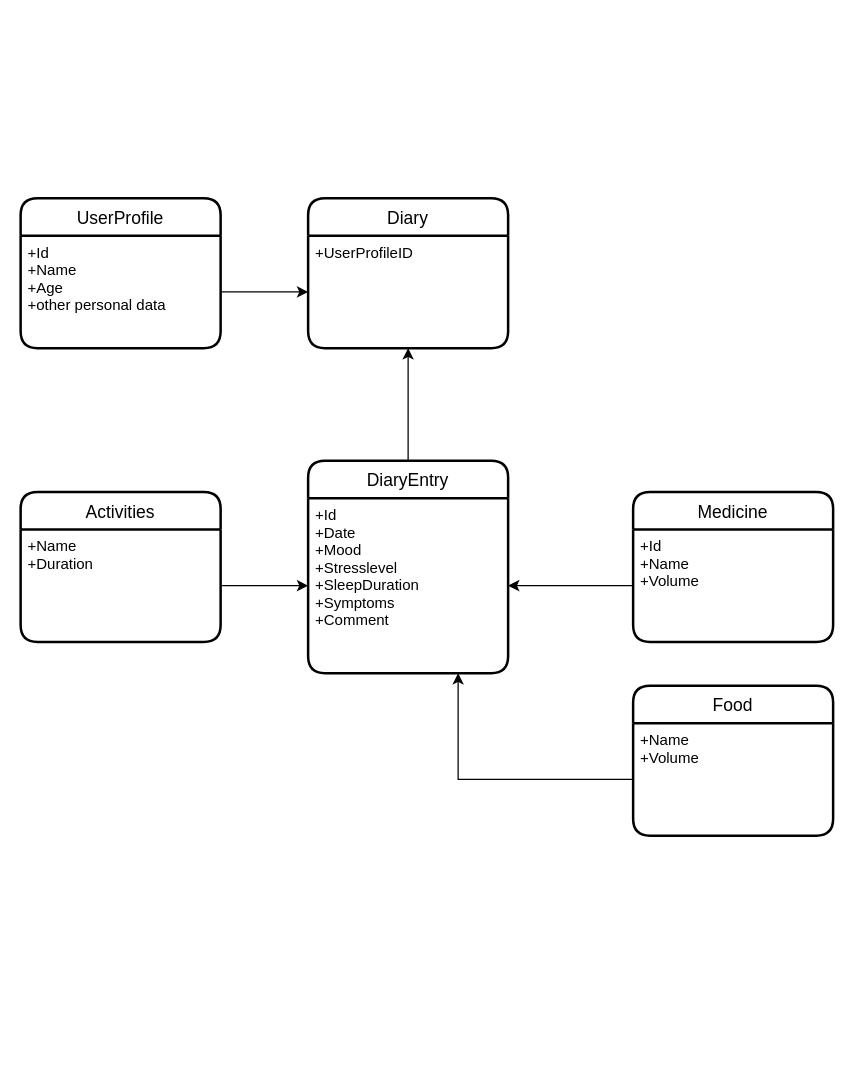
This is Untitled Diagram.drawio from FrauMauz/diagrams, a draw.io file, before an edit. Source tidied: cells renumbered, new cells numbered last; positions are measured from the earlier drawing's top-left corner, leaving out a move shared by most shapes. Both pictures are drawn from the tidied source at 125%, with x=0, y=0 at pixel (20, 198).
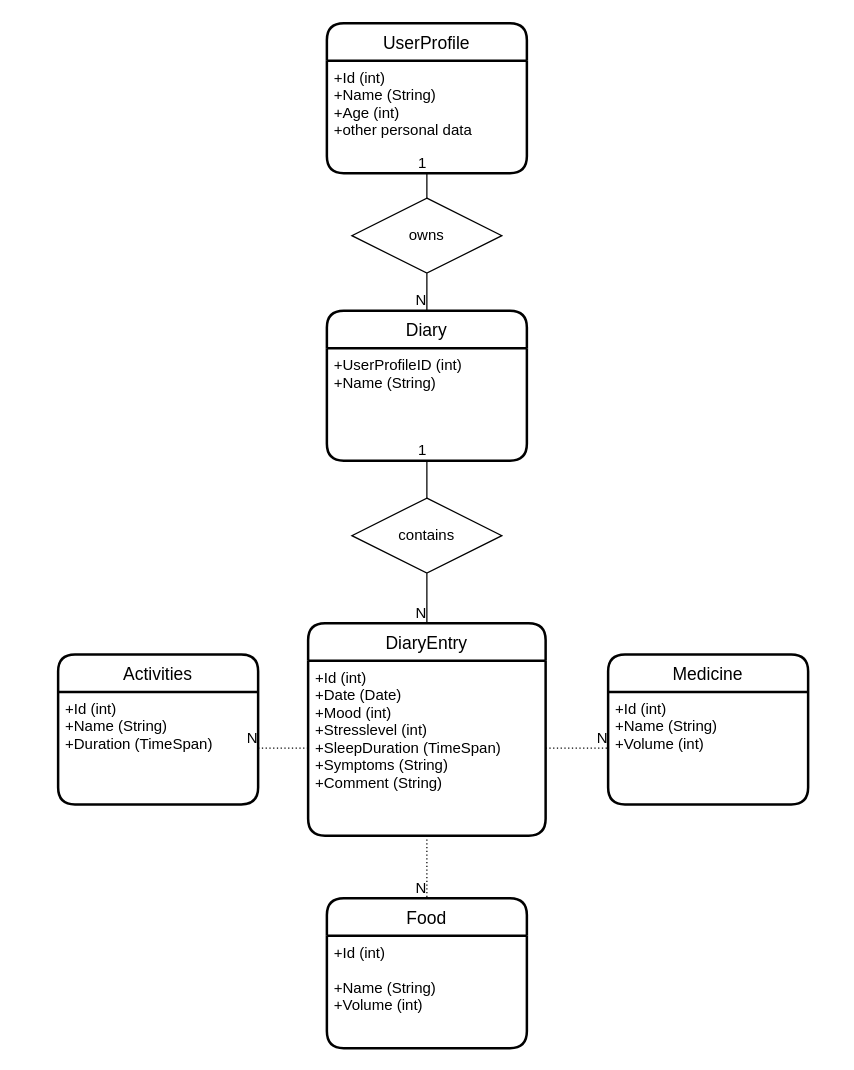
The same page after the edit.

What changed in the source:
```diff
@@
     <mxCell id="2" value="Diary" style="swimlane;horizontal=1;startSize=30;rounded=1;fontSize=14;fontStyle=0;strokeWidth=2;shadow=0;dashed=0;align=center;" parent="1" vertex="1">
-      <mxGeometry x="230" width="160" height="120" as="geometry" />
+      <mxGeometry x="245" y="90" width="160" height="120" as="geometry" />
     </mxCell>
-    <mxCell id="3" value="+UserProfileID&#10;" style="align=left;strokeColor=none;fillColor=none;spacingLeft=4;fontSize=12;verticalAlign=top;" parent="2" vertex="1">
+    <mxCell id="3" value="+UserProfileID (int)&#10;+Name (String)&#10;&#10;" style="align=left;strokeColor=none;fillColor=none;spacingLeft=4;fontSize=12;verticalAlign=top;" parent="2" vertex="1">
       <mxGeometry y="30" width="160" height="90" as="geometry" />
     </mxCell>
-    <mxCell id="4" style="edgeStyle=orthogonalEdgeStyle;rounded=0;jettySize=auto;html=1;exitX=0.5;exitY=0;exitDx=0;exitDy=0;entryX=0.5;entryY=1;entryDx=0;entryDy=0;" parent="1" edge="1" source="5" target="2">
-      <mxGeometry relative="1" as="geometry" />
-    </mxCell>
     <mxCell id="5" value="DiaryEntry" style="swimlane;horizontal=1;startSize=30;rounded=1;fontSize=14;fontStyle=0;strokeWidth=2;shadow=0;dashed=0;align=center;" parent="1" vertex="1">
-      <mxGeometry x="230" y="210" width="160" height="170" as="geometry" />
+      <mxGeometry x="230" y="340" width="190" height="170" as="geometry" />
     </mxCell>
-    <mxCell id="6" value="+Id&#10;+Date&#10;+Mood&#10;+Stresslevel&#10;+SleepDuration&#10;+Symptoms&#10;+Comment&#10;&#10;&#10;" style="align=left;strokeColor=none;fillColor=none;spacingLeft=4;fontSize=12;verticalAlign=top;" parent="5" vertex="1">
-      <mxGeometry y="30" width="160" height="140" as="geometry" />
+    <mxCell id="6" value="+Id (int)&#10;+Date (Date)&#10;+Mood (int)&#10;+Stresslevel (int)&#10;+SleepDuration (TimeSpan)&#10;+Symptoms (String)&#10;+Comment (String)&#10;&#10;&#10;" style="align=left;strokeColor=none;fillColor=none;spacingLeft=4;fontSize=12;verticalAlign=top;" parent="5" vertex="1">
+      <mxGeometry y="30" width="190" height="140" as="geometry" />
     </mxCell>
     <mxCell id="7" value="UserProfile" style="swimlane;horizontal=1;startSize=30;rounded=1;fontSize=14;fontStyle=0;strokeWidth=2;shadow=0;dashed=0;align=center;" parent="1" vertex="1">
-      <mxGeometry width="160" height="120" as="geometry" />
+      <mxGeometry x="245" y="-140" width="160" height="120" as="geometry" />
     </mxCell>
-    <mxCell id="8" value="+Id&#10;+Name&#10;+Age&#10;+other personal data&#10;&#10;" style="align=left;strokeColor=none;fillColor=none;spacingLeft=4;fontSize=12;verticalAlign=top;" parent="7" vertex="1">
+    <mxCell id="8" value="+Id (int)&#10;+Name (String)&#10;+Age (int)&#10;+other personal data&#10;&#10;" style="align=left;strokeColor=none;fillColor=none;spacingLeft=4;fontSize=12;verticalAlign=top;" parent="7" vertex="1">
       <mxGeometry y="30" width="160" height="90" as="geometry" />
     </mxCell>
-    <mxCell id="9" style="edgeStyle=orthogonalEdgeStyle;rounded=0;jettySize=auto;html=1;exitX=1;exitY=0.5;exitDx=0;exitDy=0;entryX=0;entryY=0.5;entryDx=0;entryDy=0;" parent="1" edge="1" source="8" target="3">
-      <mxGeometry relative="1" as="geometry" />
-    </mxCell>
     <mxCell id="10" value="Food" style="swimlane;horizontal=1;startSize=30;rounded=1;fontSize=14;fontStyle=0;strokeWidth=2;shadow=0;dashed=0;align=center;" parent="1" vertex="1">
-      <mxGeometry x="490" y="390" width="160" height="120" as="geometry" />
+      <mxGeometry x="245" y="560" width="160" height="120" as="geometry" />
     </mxCell>
-    <mxCell id="11" value="+Name&#10;+Volume&#10;" style="align=left;strokeColor=none;fillColor=none;spacingLeft=4;fontSize=12;verticalAlign=top;" parent="10" vertex="1">
+    <mxCell id="11" value="+Id (int)&#10;&#10;+Name (String)&#10;+Volume (int)&#10;" style="align=left;strokeColor=none;fillColor=none;spacingLeft=4;fontSize=12;verticalAlign=top;" parent="10" vertex="1">
       <mxGeometry y="30" width="160" height="90" as="geometry" />
     </mxCell>
     <mxCell id="12" value="Medicine" style="swimlane;horizontal=1;startSize=30;rounded=1;fontSize=14;fontStyle=0;strokeWidth=2;shadow=0;dashed=0;align=center;" parent="1" vertex="1">
-      <mxGeometry x="490" y="235" width="160" height="120" as="geometry" />
+      <mxGeometry x="470" y="365" width="160" height="120" as="geometry" />
     </mxCell>
-    <mxCell id="13" value="+Id&#10;+Name&#10;+Volume&#10;" style="align=left;strokeColor=none;fillColor=none;spacingLeft=4;fontSize=12;verticalAlign=top;" parent="12" vertex="1">
+    <mxCell id="13" value="+Id (int)&#10;+Name (String)&#10;+Volume (int)&#10;" style="align=left;strokeColor=none;fillColor=none;spacingLeft=4;fontSize=12;verticalAlign=top;" parent="12" vertex="1">
       <mxGeometry y="30" width="160" height="90" as="geometry" />
     </mxCell>
-    <mxCell id="14" style="edgeStyle=orthogonalEdgeStyle;rounded=0;jettySize=auto;html=1;exitX=0;exitY=0.5;exitDx=0;exitDy=0;entryX=1;entryY=0.5;entryDx=0;entryDy=0;" parent="1" edge="1" source="13" target="6">
-      <mxGeometry relative="1" as="geometry" />
-    </mxCell>
-    <mxCell id="15" style="edgeStyle=orthogonalEdgeStyle;rounded=0;jettySize=auto;html=1;exitX=0;exitY=0.5;exitDx=0;exitDy=0;entryX=0.75;entryY=1;entryDx=0;entryDy=0;" parent="1" edge="1" source="11" target="6">
-      <mxGeometry relative="1" as="geometry" />
-    </mxCell>
     <mxCell id="16" value="Activities" style="swimlane;horizontal=1;startSize=30;rounded=1;fontSize=14;fontStyle=0;strokeWidth=2;shadow=0;dashed=0;align=center;" parent="1" vertex="1">
-      <mxGeometry y="235" width="160" height="120" as="geometry" />
+      <mxGeometry x="30" y="365" width="160" height="120" as="geometry" />
     </mxCell>
-    <mxCell id="17" value="+Name&#10;+Duration&#10;" style="align=left;strokeColor=none;fillColor=none;spacingLeft=4;fontSize=12;verticalAlign=top;" parent="16" vertex="1">
+    <mxCell id="17" value="+Id (int)&#10;+Name (String)&#10;+Duration (TimeSpan)&#10;" style="align=left;strokeColor=none;fillColor=none;spacingLeft=4;fontSize=12;verticalAlign=top;" parent="16" vertex="1">
       <mxGeometry y="30" width="160" height="90" as="geometry" />
     </mxCell>
-    <mxCell id="18" style="edgeStyle=orthogonalEdgeStyle;rounded=0;jettySize=auto;html=1;exitX=1;exitY=0.5;exitDx=0;exitDy=0;entryX=0;entryY=0.5;entryDx=0;entryDy=0;" parent="1" edge="1" source="17" target="6">
-      <mxGeometry relative="1" as="geometry" />
-    </mxCell>
+    <mxCell id="19" value="&lt;div&gt;contains&lt;/div&gt;" style="shape=rhombus;perimeter=rhombusPerimeter;whiteSpace=wrap;html=1;align=center;" parent="1" vertex="1">
+      <mxGeometry x="265" y="240" width="120" height="60" as="geometry" />
+    </mxCell>
+    <mxCell id="20" style="endArrow=none;html=1;rounded=0;exitX=0.5;exitY=0;exitDx=0;exitDy=0;entryX=0.5;entryY=1;entryDx=0;entryDy=0;" parent="1" edge="1" source="19" target="2">
+      <mxGeometry relative="1" as="geometry" />
+    </mxCell>
+    <mxCell id="21" value="1" style="html=1;align=right;verticalAlign=bottom;" parent="20" vertex="1">
+      <mxGeometry x="1" relative="1" as="geometry" />
+    </mxCell>
+    <mxCell id="22" style="endArrow=none;html=1;rounded=0;exitX=0.5;exitY=1;exitDx=0;exitDy=0;entryX=0.5;entryY=0;entryDx=0;entryDy=0;" parent="1" edge="1" source="19" target="5">
+      <mxGeometry relative="1" as="geometry" />
+    </mxCell>
+    <mxCell id="23" value="N" style="html=1;align=right;verticalAlign=bottom;" parent="22" vertex="1">
+      <mxGeometry x="1" relative="1" as="geometry" />
+    </mxCell>
+    <mxCell id="24" style="endArrow=none;html=1;rounded=0;dashed=1;dashPattern=1 2;exitX=0;exitY=0.5;exitDx=0;exitDy=0;entryX=1;entryY=0.5;entryDx=0;entryDy=0;" parent="1" edge="1" source="6" target="17">
+      <mxGeometry relative="1" as="geometry" />
+    </mxCell>
+    <mxCell id="25" value="N" style="html=1;align=right;verticalAlign=bottom;" parent="24" vertex="1">
+      <mxGeometry x="1" relative="1" as="geometry" />
+    </mxCell>
+    <mxCell id="26" style="endArrow=none;html=1;rounded=0;dashed=1;dashPattern=1 2;exitX=0.5;exitY=1;exitDx=0;exitDy=0;entryX=0.5;entryY=0;entryDx=0;entryDy=0;" parent="1" edge="1" source="5" target="10">
+      <mxGeometry relative="1" as="geometry" />
+    </mxCell>
+    <mxCell id="27" value="N" style="html=1;align=right;verticalAlign=bottom;" parent="26" vertex="1">
+      <mxGeometry x="1" relative="1" as="geometry" />
+    </mxCell>
+    <mxCell id="28" style="endArrow=none;html=1;rounded=0;dashed=1;dashPattern=1 2;exitX=1;exitY=0.5;exitDx=0;exitDy=0;entryX=0;entryY=0.5;entryDx=0;entryDy=0;" parent="1" edge="1" source="6" target="13">
+      <mxGeometry relative="1" as="geometry" />
+    </mxCell>
+    <mxCell id="29" value="N" style="html=1;align=right;verticalAlign=bottom;" parent="28" vertex="1">
+      <mxGeometry x="1" relative="1" as="geometry" />
+    </mxCell>
+    <mxCell id="30" value="&lt;div&gt;owns&lt;/div&gt;" style="shape=rhombus;perimeter=rhombusPerimeter;whiteSpace=wrap;html=1;align=center;" parent="1" vertex="1">
+      <mxGeometry x="265" width="120" height="60" as="geometry" />
+    </mxCell>
+    <mxCell id="31" style="endArrow=none;html=1;rounded=0;exitX=0.5;exitY=0;exitDx=0;exitDy=0;entryX=0.5;entryY=1;entryDx=0;entryDy=0;" parent="1" edge="1" source="30" target="8">
+      <mxGeometry relative="1" as="geometry" />
+    </mxCell>
+    <mxCell id="32" value="1" style="html=1;align=right;verticalAlign=bottom;" parent="31" vertex="1">
+      <mxGeometry x="1" relative="1" as="geometry" />
+    </mxCell>
+    <mxCell id="33" style="endArrow=none;html=1;rounded=0;exitX=0.5;exitY=1;exitDx=0;exitDy=0;entryX=0.5;entryY=0;entryDx=0;entryDy=0;" parent="1" edge="1" source="30" target="2">
+      <mxGeometry relative="1" as="geometry" />
+    </mxCell>
+    <mxCell id="34" value="N" style="html=1;align=right;verticalAlign=bottom;" parent="33" vertex="1">
+      <mxGeometry x="1" relative="1" as="geometry" />
+    </mxCell>
```
